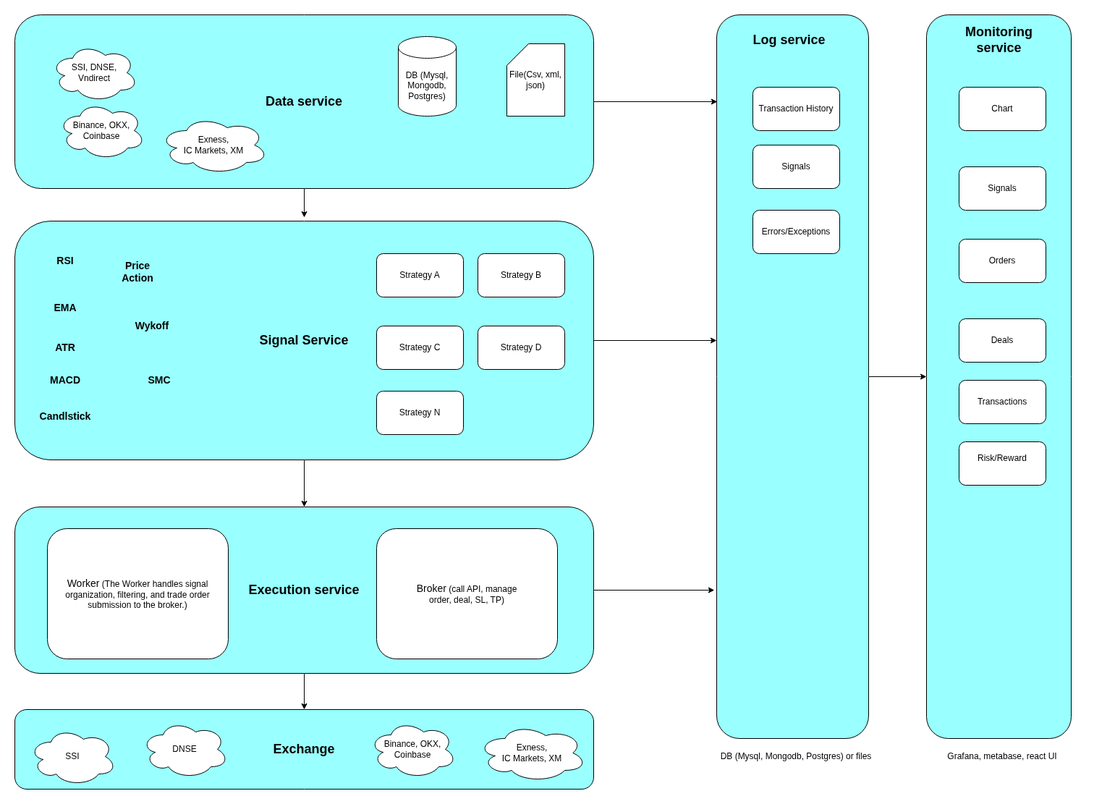
Earlier version of the draw.io export TempusOnePs.png (zuongthaotn/TempusOnePs). Source tidied: cells renumbered, new cells last; positions are measured from the earlier drawing's top-left corner, leaving out a move shared by most shapes.
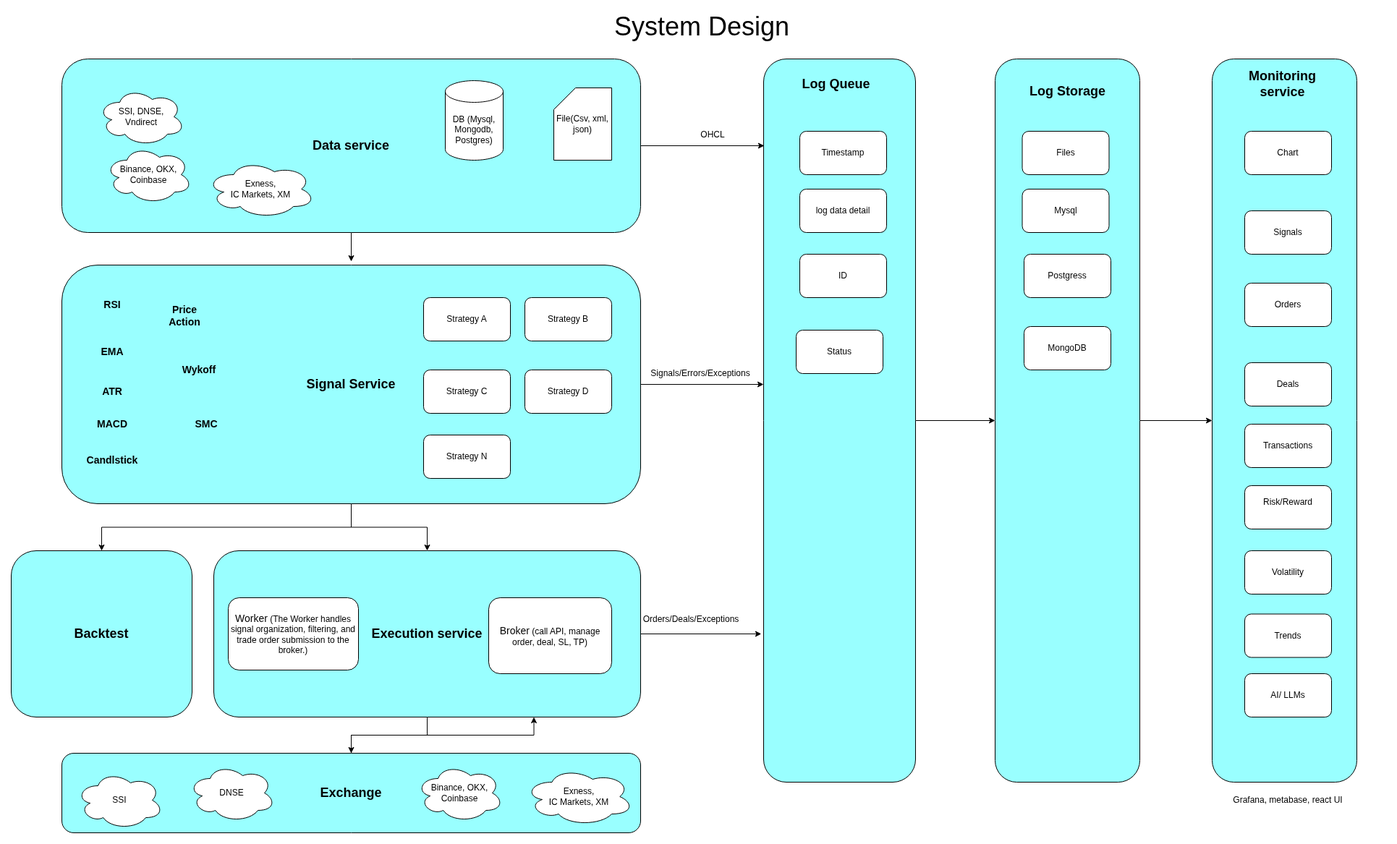
The same file after the commit.

Commit message:
update system design

Diff of the diagram source:
```diff
@@ -16,6 +16,9 @@
     <mxCell id="5" style="edgeStyle=orthogonalEdgeStyle;rounded=0;jettySize=auto;html=1;entryX=0.5;entryY=0;entryDx=0;entryDy=0;" parent="1" edge="1" source="6" target="8">
       <mxGeometry relative="1" as="geometry" />
     </mxCell>
+    <mxCell id="54" style="edgeStyle=orthogonalEdgeStyle;rounded=0;jettySize=auto;html=1;entryX=0.5;entryY=0;entryDx=0;entryDy=0;" parent="1" edge="1" source="6" target="57">
+      <mxGeometry relative="1" as="geometry" />
+    </mxCell>
     <mxCell id="6" value="&lt;b&gt;&lt;font style=&quot;font-size: 18px;&quot;&gt;Signal Service&lt;/font&gt;&lt;/b&gt;" style="rounded=1;whiteSpace=wrap;html=1;fillColor=#99FFFF;" parent="1" vertex="1">
       <mxGeometry y="285" width="800" height="330" as="geometry" />
     </mxCell>
@@ -23,25 +26,22 @@
       <mxGeometry relative="1" as="geometry" />
     </mxCell>
     <mxCell id="8" value="&lt;b style=&quot;font-size: 18px;&quot;&gt;Execution service&lt;/b&gt;" style="rounded=1;whiteSpace=wrap;html=1;fillColor=#99FFFF;" parent="1" vertex="1">
-      <mxGeometry y="680" width="800" height="230" as="geometry" />
+      <mxGeometry x="210" y="680" width="590" height="230" as="geometry" />
     </mxCell>
-    <mxCell id="9" style="edgeStyle=orthogonalEdgeStyle;rounded=0;jettySize=auto;html=1;entryX=0;entryY=0.5;entryDx=0;entryDy=0;" parent="1" edge="1" source="10" target="12">
-      <mxGeometry relative="1" as="geometry" />
-    </mxCell>
+    <mxCell id="55" style="edgeStyle=orthogonalEdgeStyle;rounded=0;jettySize=auto;html=1;entryX=0;entryY=0.5;entryDx=0;entryDy=0;" parent="1" edge="1" source="10" target="60">
+      <mxGeometry relative="1" as="geometry" />
+    </mxCell>
     <mxCell id="10" style="rounded=1;whiteSpace=wrap;html=1;fillColor=#99FFFF;" parent="1" vertex="1">
       <mxGeometry x="970" width="210" height="1000" as="geometry" />
     </mxCell>
-    <mxCell id="11" value="&lt;font style=&quot;font-size: 18px;&quot;&gt;&lt;b&gt;Log service&lt;/b&gt;&lt;/font&gt;" style="text;html=1;whiteSpace=wrap;strokeColor=none;fillColor=none;align=center;verticalAlign=middle;rounded=0;" parent="1" vertex="1">
+    <mxCell id="11" value="&lt;font style=&quot;font-size: 18px;&quot;&gt;&lt;b&gt;Log Queue&lt;/b&gt;&lt;/font&gt;" style="text;html=1;whiteSpace=wrap;strokeColor=none;fillColor=none;align=center;verticalAlign=middle;rounded=0;" parent="1" vertex="1">
       <mxGeometry x="1012.5" y="20" width="115" height="30" as="geometry" />
     </mxCell>
     <mxCell id="12" style="rounded=1;whiteSpace=wrap;html=1;fillColor=#99FFFF;" parent="1" vertex="1">
-      <mxGeometry x="1260" width="200" height="1000" as="geometry" />
+      <mxGeometry x="1590" width="200" height="1000" as="geometry" />
     </mxCell>
-    <mxCell id="13" value="&lt;font style=&quot;font-size: 18px;&quot;&gt;&lt;b&gt;Monitoring service&lt;/b&gt;&lt;/font&gt;" style="text;html=1;whiteSpace=wrap;strokeColor=none;fillColor=none;align=center;verticalAlign=middle;rounded=0;" parent="1" vertex="1">
-      <mxGeometry x="1302.5" y="20" width="115" height="30" as="geometry" />
-    </mxCell>
     <mxCell id="14" value="&lt;font style=&quot;font-size: 14px;&quot;&gt;Worker&lt;/font&gt; (The Worker handles signal organization, filtering, and trade order submission to the broker.)" style="rounded=1;whiteSpace=wrap;html=1;" parent="1" vertex="1">
-      <mxGeometry x="45" y="710" width="250" height="180" as="geometry" />
+      <mxGeometry x="230" y="745" width="180" height="100" as="geometry" />
     </mxCell>
     <mxCell id="15" value="Strategy A" style="rounded=1;whiteSpace=wrap;html=1;" parent="1" vertex="1">
       <mxGeometry x="500" y="330" width="120" height="60" as="geometry" />
@@ -58,35 +58,35 @@
     <mxCell id="19" value="Strategy N" style="rounded=1;whiteSpace=wrap;html=1;" parent="1" vertex="1">
       <mxGeometry x="500" y="520" width="120" height="60" as="geometry" />
     </mxCell>
-    <mxCell id="20" value="Transaction History" style="rounded=1;whiteSpace=wrap;html=1;" parent="1" vertex="1">
+    <mxCell id="20" value="Timestamp" style="rounded=1;whiteSpace=wrap;html=1;" parent="1" vertex="1">
       <mxGeometry x="1020" y="100" width="120" height="60" as="geometry" />
     </mxCell>
-    <mxCell id="21" value="Errors/Exceptions" style="rounded=1;whiteSpace=wrap;html=1;" parent="1" vertex="1">
+    <mxCell id="21" value="ID" style="rounded=1;whiteSpace=wrap;html=1;" parent="1" vertex="1">
       <mxGeometry x="1020" y="270" width="120" height="60" as="geometry" />
     </mxCell>
     <mxCell id="22" value="Chart" style="rounded=1;whiteSpace=wrap;html=1;" parent="1" vertex="1">
-      <mxGeometry x="1305" y="100" width="120" height="60" as="geometry" />
+      <mxGeometry x="1635" y="100" width="120" height="60" as="geometry" />
     </mxCell>
     <mxCell id="23" value="Signals" style="rounded=1;whiteSpace=wrap;html=1;" parent="1" vertex="1">
-      <mxGeometry x="1305" y="210" width="120" height="60" as="geometry" />
+      <mxGeometry x="1635" y="210" width="120" height="60" as="geometry" />
     </mxCell>
     <mxCell id="24" value="Orders" style="rounded=1;whiteSpace=wrap;html=1;" parent="1" vertex="1">
-      <mxGeometry x="1305" y="310" width="120" height="60" as="geometry" />
+      <mxGeometry x="1635" y="310" width="120" height="60" as="geometry" />
     </mxCell>
     <mxCell id="25" value="Deals" style="rounded=1;whiteSpace=wrap;html=1;" parent="1" vertex="1">
-      <mxGeometry x="1305" y="420" width="120" height="60" as="geometry" />
+      <mxGeometry x="1635" y="420" width="120" height="60" as="geometry" />
     </mxCell>
     <mxCell id="26" value="Transactions" style="rounded=1;whiteSpace=wrap;html=1;" parent="1" vertex="1">
-      <mxGeometry x="1305" y="505" width="120" height="60" as="geometry" />
+      <mxGeometry x="1635" y="505" width="120" height="60" as="geometry" />
     </mxCell>
-    <mxCell id="27" value="Signals" style="rounded=1;whiteSpace=wrap;html=1;" parent="1" vertex="1">
+    <mxCell id="27" value="log data detail" style="rounded=1;whiteSpace=wrap;html=1;" parent="1" vertex="1">
       <mxGeometry x="1020" y="180" width="120" height="60" as="geometry" />
     </mxCell>
     <mxCell id="28" value="Risk/Reward&lt;div&gt;&lt;br&gt;&lt;/div&gt;" style="rounded=1;whiteSpace=wrap;html=1;" parent="1" vertex="1">
-      <mxGeometry x="1305" y="590" width="120" height="60" as="geometry" />
+      <mxGeometry x="1635" y="590" width="120" height="60" as="geometry" />
     </mxCell>
     <mxCell id="29" value="Grafana, metabase, react UI" style="text;html=1;whiteSpace=wrap;strokeColor=none;fillColor=none;align=center;verticalAlign=middle;rounded=0;" parent="1" vertex="1">
-      <mxGeometry x="1230" y="1010" width="270" height="30" as="geometry" />
+      <mxGeometry x="1560" y="1010" width="270" height="30" as="geometry" />
     </mxCell>
     <mxCell id="30" value="File(Csv, xml, json)" style="shape=card;whiteSpace=wrap;html=1;" parent="1" vertex="1">
       <mxGeometry x="680" y="40" width="80" height="100" as="geometry" />
@@ -122,8 +122,11 @@
       <mxGeometry x="170" y="490" width="60" height="30" as="geometry" />
     </mxCell>
     <mxCell id="41" value="&lt;font style=&quot;font-size: 14px;&quot;&gt;Broker&lt;/font&gt;&amp;nbsp;(call API, manage &lt;br&gt;order, deal, SL, TP)" style="rounded=1;whiteSpace=wrap;html=1;" parent="1" vertex="1">
-      <mxGeometry x="500" y="710" width="250" height="180" as="geometry" />
+      <mxGeometry x="590" y="745" width="170" height="105" as="geometry" />
     </mxCell>
+    <mxCell id="56" style="edgeStyle=orthogonalEdgeStyle;rounded=0;jettySize=auto;html=1;entryX=0.75;entryY=1;entryDx=0;entryDy=0;" parent="1" edge="1" source="42" target="8">
+      <mxGeometry relative="1" as="geometry" />
+    </mxCell>
     <mxCell id="42" value="&lt;font style=&quot;font-size: 18px;&quot;&gt;&lt;b&gt;Exchange&lt;/b&gt;&lt;/font&gt;" style="rounded=1;whiteSpace=wrap;html=1;fillColor=#99FFFF;" parent="1" vertex="1">
       <mxGeometry y="960" width="800" height="110" as="geometry" />
     </mxCell>
@@ -157,8 +160,56 @@
     <mxCell id="52" style="edgeStyle=orthogonalEdgeStyle;rounded=0;jettySize=auto;html=1;entryX=-0.015;entryY=0.795;entryDx=0;entryDy=0;entryPerimeter=0;" parent="1" edge="1" source="8" target="10">
       <mxGeometry relative="1" as="geometry" />
     </mxCell>
-    <mxCell id="53" value="DB (Mysql, Mongodb, Postgres) or files" style="text;html=1;whiteSpace=wrap;strokeColor=none;fillColor=none;align=center;verticalAlign=middle;rounded=0;" parent="1" vertex="1">
-      <mxGeometry x="945" y="1010" width="270" height="30" as="geometry" />
-    </mxCell>
+    <mxCell id="57" value="&lt;b style=&quot;font-size: 18px;&quot;&gt;Backtest&lt;/b&gt;" style="rounded=1;whiteSpace=wrap;html=1;fillColor=#99FFFF;" parent="1" vertex="1">
+      <mxGeometry x="-70" y="680" width="250" height="230" as="geometry" />
+    </mxCell>
+    <mxCell id="58" value="&lt;font style=&quot;font-size: 36px;&quot;&gt;System Design&lt;/font&gt;" style="text;html=1;whiteSpace=wrap;strokeColor=none;fillColor=none;align=center;verticalAlign=middle;rounded=0;" parent="1" vertex="1">
+      <mxGeometry x="755" y="-60" width="260" height="30" as="geometry" />
+    </mxCell>
+    <mxCell id="59" style="edgeStyle=orthogonalEdgeStyle;rounded=0;jettySize=auto;html=1;entryX=0;entryY=0.5;entryDx=0;entryDy=0;" parent="1" edge="1" source="60" target="12">
+      <mxGeometry relative="1" as="geometry" />
+    </mxCell>
+    <mxCell id="60" style="rounded=1;whiteSpace=wrap;html=1;fillColor=#99FFFF;" parent="1" vertex="1">
+      <mxGeometry x="1290" width="200" height="1000" as="geometry" />
+    </mxCell>
+    <mxCell id="61" value="OHCL" style="text;html=1;whiteSpace=wrap;strokeColor=none;fillColor=none;align=center;verticalAlign=middle;rounded=0;" parent="1" vertex="1">
+      <mxGeometry x="870" y="90" width="60" height="30" as="geometry" />
+    </mxCell>
+    <mxCell id="62" value="Signals/Errors/Exceptions" style="text;html=1;whiteSpace=wrap;strokeColor=none;fillColor=none;align=center;verticalAlign=middle;rounded=0;" parent="1" vertex="1">
+      <mxGeometry x="852.5" y="420" width="60" height="30" as="geometry" />
+    </mxCell>
+    <mxCell id="63" value="Orders/Deals/Exceptions&lt;span style=&quot;color: rgba(0, 0, 0, 0); font-family: monospace; font-size: 0px; text-align: start; text-wrap-mode: nowrap;&quot;&gt;%3CmxGraphModel%3E%3Croot%3E%3CmxCell%20id%3D%220%22%2F%3E%3CmxCell%20id%3D%221%22%20parent%3D%220%22%2F%3E%3CmxCell%20id%3D%222%22%20parent%3D%221%22%20style%3D%22text%3Bhtml%3D1%3BwhiteSpace%3Dwrap%3BstrokeColor%3Dnone%3BfillColor%3Dnone%3Balign%3Dcenter%3BverticalAlign%3Dmiddle%3Brounded%3D0%3B%22%20value%3D%22Signals%2FErrors%2FExceptions%22%20vertex%3D%221%22%3E%3CmxGeometry%20height%3D%2230%22%20width%3D%2260%22%20x%3D%22972.5%22%20y%3D%22500%22%20as%3D%22geometry%22%2F%3E%3C%2FmxCell%3E%3C%2Froot%3E%3C%2FmxGraphModelEE&lt;/span&gt;" style="text;html=1;whiteSpace=wrap;strokeColor=none;fillColor=none;align=center;verticalAlign=middle;rounded=0;" parent="1" vertex="1">
+      <mxGeometry x="810" y="760" width="120" height="30" as="geometry" />
+    </mxCell>
+    <mxCell id="64" value="Status" style="rounded=1;whiteSpace=wrap;html=1;" parent="1" vertex="1">
+      <mxGeometry x="1015" y="375" width="120" height="60" as="geometry" />
+    </mxCell>
+    <mxCell id="13" value="&lt;font style=&quot;font-size: 18px;&quot;&gt;&lt;b&gt;Monitoring service&lt;/b&gt;&lt;/font&gt;" style="text;html=1;whiteSpace=wrap;strokeColor=none;fillColor=none;align=center;verticalAlign=middle;rounded=0;" parent="1" vertex="1">
+      <mxGeometry x="1630" y="20" width="115" height="30" as="geometry" />
+    </mxCell>
+    <mxCell id="65" value="&lt;font style=&quot;font-size: 18px;&quot;&gt;&lt;b&gt;Log Storage&lt;/b&gt;&lt;/font&gt;" style="text;html=1;whiteSpace=wrap;strokeColor=none;fillColor=none;align=center;verticalAlign=middle;rounded=0;" parent="1" vertex="1">
+      <mxGeometry x="1332.5" y="30" width="115" height="30" as="geometry" />
+    </mxCell>
+    <mxCell id="66" value="Files" style="rounded=1;whiteSpace=wrap;html=1;" parent="1" vertex="1">
+      <mxGeometry x="1327.5" y="100" width="120" height="60" as="geometry" />
+    </mxCell>
+    <mxCell id="67" value="Mysql" style="rounded=1;whiteSpace=wrap;html=1;" parent="1" vertex="1">
+      <mxGeometry x="1327.5" y="180" width="120" height="60" as="geometry" />
+    </mxCell>
+    <mxCell id="68" value="Postgress" style="rounded=1;whiteSpace=wrap;html=1;" parent="1" vertex="1">
+      <mxGeometry x="1330" y="270" width="120" height="60" as="geometry" />
+    </mxCell>
+    <mxCell id="69" value="MongoDB" style="rounded=1;whiteSpace=wrap;html=1;" parent="1" vertex="1">
+      <mxGeometry x="1330" y="370" width="120" height="60" as="geometry" />
+    </mxCell>
+    <mxCell id="70" value="Volatility" style="rounded=1;whiteSpace=wrap;html=1;" parent="1" vertex="1">
+      <mxGeometry x="1635" y="680" width="120" height="60" as="geometry" />
+    </mxCell>
+    <mxCell id="71" value="Trends" style="rounded=1;whiteSpace=wrap;html=1;" parent="1" vertex="1">
+      <mxGeometry x="1635" y="767.5" width="120" height="60" as="geometry" />
+    </mxCell>
+    <mxCell id="72" value="AI/ LLMs" style="rounded=1;whiteSpace=wrap;html=1;" parent="1" vertex="1">
+      <mxGeometry x="1635" y="850" width="120" height="60" as="geometry" />
+    </mxCell>
   </root>
 </mxGraphModel>
```
